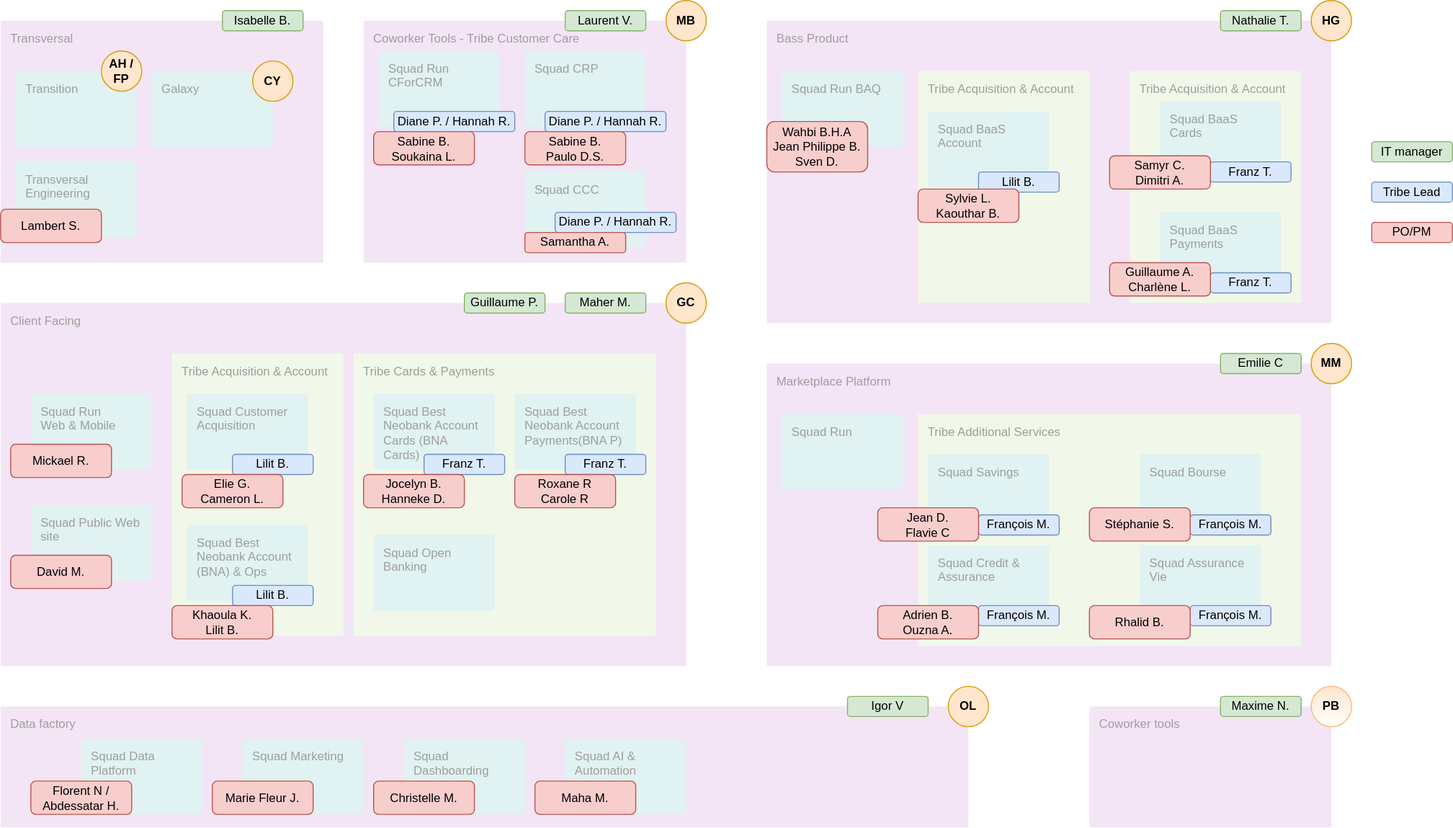
Earlier version of the draw.io export orga_domains.drawio.svg (chaindatax/b4b). Source tidied: cells renumbered, new cells last; positions are measured from the earlier drawing's top-left corner, leaving out a move shared by most shapes.
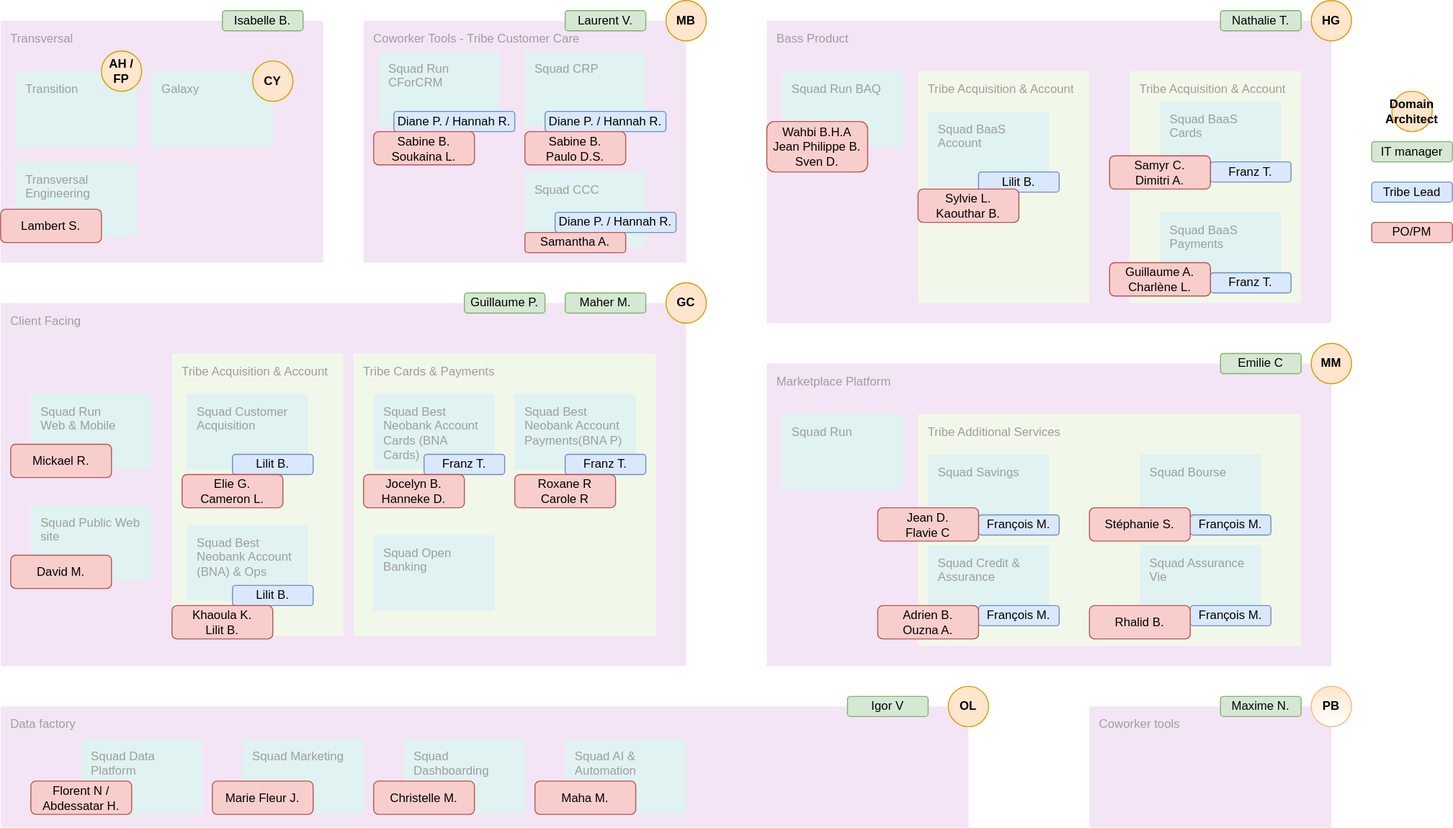
The same diagram one commit later.

Commit message:
Mettre à jour orga_domains.drawio.svg

The edit, as a diff of the source:
```diff
@@ -141,6 +141,9 @@
     <mxCell id="48" value="CY" style="ellipse;whiteSpace=wrap;html=1;fillColor=#ffe6cc;strokeColor=#d79b00;fontStyle=1;" parent="40" vertex="1">
       <mxGeometry x="250" y="60" width="40" height="40" as="geometry" />
     </mxCell>
+    <mxCell id="99" value="Domain Architect" style="ellipse;whiteSpace=wrap;html=1;fillColor=#ffe6cc;strokeColor=#d79b00;fontStyle=1;" parent="40" vertex="1">
+      <mxGeometry x="1380" y="90" width="40" height="40" as="geometry" />
+    </mxCell>
     <mxCell id="49" value="Tribe Leads" parent="0" />
     <mxCell id="50" value="Lilit B." style="rounded=1;whiteSpace=wrap;html=1;fillColor=#dae8fc;strokeColor=#6c8ebf;" parent="49" vertex="1">
       <mxGeometry x="230" y="450" width="80" height="20" as="geometry" />
```
